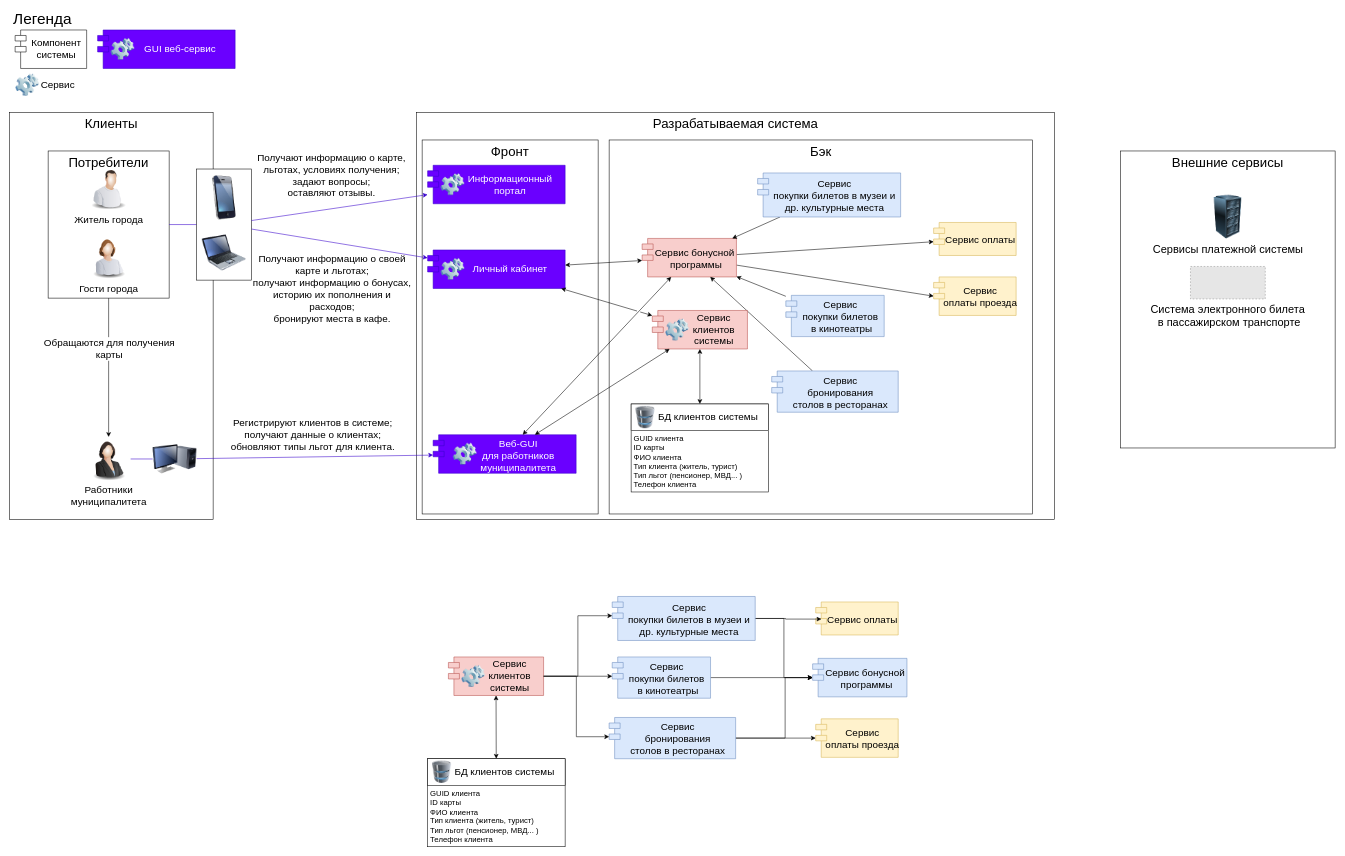
Above: src/Архитектура системы.drawio in era-ants/diagrams (draw.io), before the change. Source tidied: cells renumbered, new cells numbered last; positions are measured from the earlier drawing's top-left corner, leaving out a move shared by most shapes. Both pictures are drawn from the tidied source at 55%, with x=0, y=0 at pixel (9, 13). Pictures stored in the file or linked from it are replaced by grey dashed boxes.
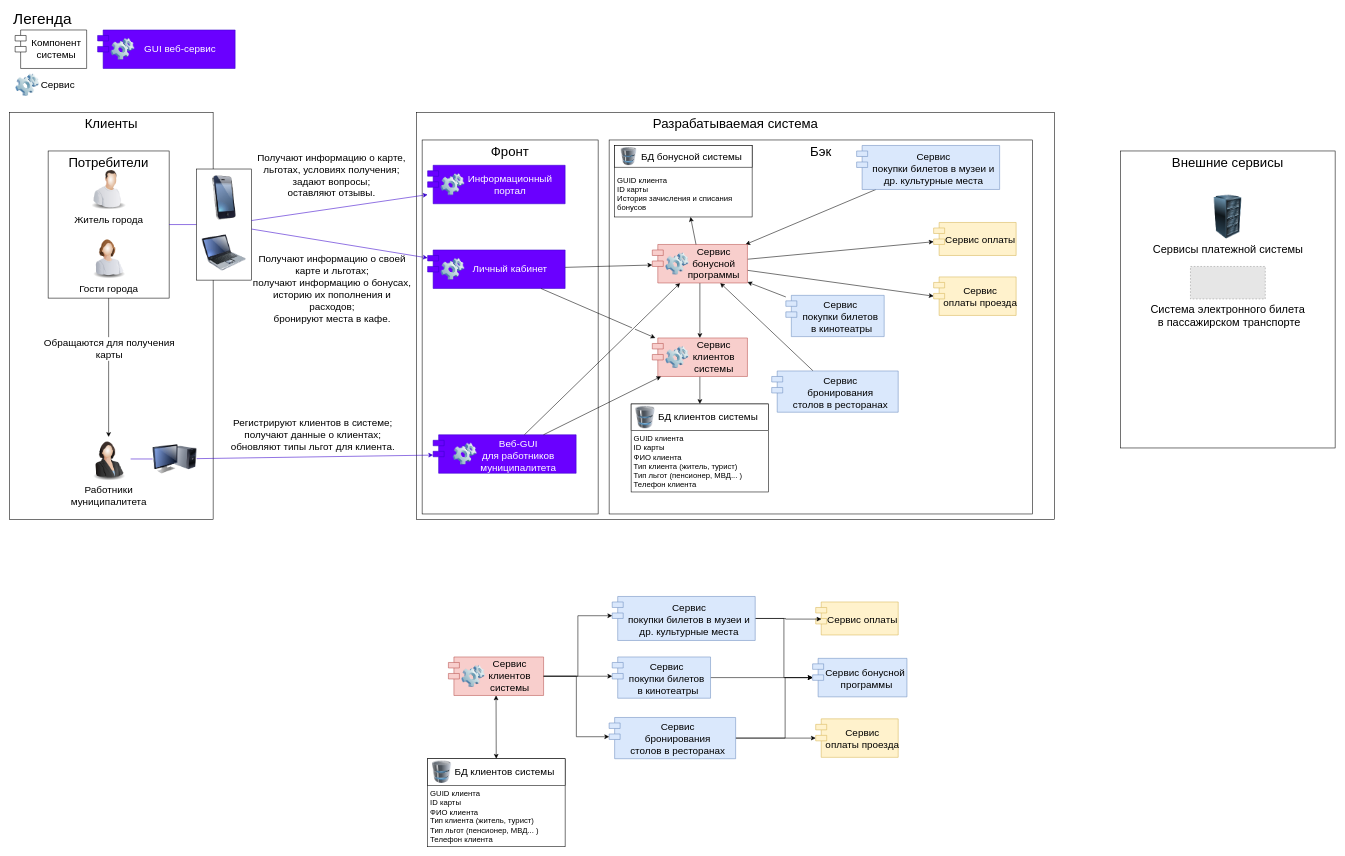
The same page after the edit.

Unchanged cells that the change refers to:
```xml
<mxCell id="21" value="&lt;div style=&quot;font-size: 14px&quot;&gt;GUID клиента&lt;br&gt;ID карты&lt;br&gt;&lt;/div&gt;&lt;div style=&quot;font-size: 14px&quot;&gt;ФИО клиента&lt;/div&gt;&lt;div style=&quot;font-size: 14px&quot;&gt;Тип клиента (житель, турист)&lt;/div&gt;&lt;div style=&quot;font-size: 14px&quot;&gt;Тип льгот (пенсионер, МВД... )&lt;/div&gt;&lt;div style=&quot;font-size: 14px&quot;&gt;Телефон клиента&lt;/div&gt;" style="rounded=0;whiteSpace=wrap;html=1;verticalAlign=top;align=left;spacing=5;fontSize=14;spacingTop=45;" parent="20" vertex="1">
  <mxGeometry width="250" height="160" as="geometry" />
</mxCell>
<mxCell id="42" value="Личный кабинет" style="shape=module;align=left;spacingLeft=50;align=center;verticalAlign=middle;fillColor=#6a00ff;strokeColor=#3700CC;fontSize=18;whiteSpace=wrap;fontColor=#ffffff;" parent="41" vertex="1">
  <mxGeometry width="250" height="70" as="geometry" />
</mxCell>
<mxCell id="50" value="Веб-GUI&#10;для работников муниципалитета&#10;" style="shape=module;align=left;spacingLeft=50;align=center;verticalAlign=top;fillColor=#6a00ff;strokeColor=#3700CC;fontSize=18;whiteSpace=wrap;fontColor=#ffffff;" parent="49" vertex="1">
  <mxGeometry width="260" height="70" as="geometry" />
</mxCell>
<mxCell id="56" value="Сервис клиентов&#10;системы" style="shape=module;align=left;spacingLeft=50;align=center;verticalAlign=middle;fillColor=#f8cecc;strokeColor=#b85450;fontSize=18;whiteSpace=wrap;" parent="55" vertex="1">
  <mxGeometry width="173" height="70" as="geometry" />
</mxCell>
```

Change to the diagram source:
```diff
@@
-    <mxCell id="10" value="Сервис бонусной&#10; программы" style="shape=module;align=left;spacingLeft=20;align=center;verticalAlign=middle;fillColor=#f8cecc;strokeColor=#b85450;fontSize=18;" parent="1" vertex="1">
-      <mxGeometry x="1150" y="409" width="171.5" height="70" as="geometry" />
-    </mxCell>
+    <mxCell id="90" style="edgeStyle=none;rounded=0;jettySize=auto;html=1;startArrow=none;startFill=0;" parent="1" edge="1" source="10" target="56">
+      <mxGeometry relative="1" as="geometry" />
+    </mxCell>
@@
     <mxCell id="18" value="Сервис &#10;покупки билетов в музеи и &#10;др. культурные места" style="shape=module;align=left;spacingLeft=20;align=center;verticalAlign=middle;fillColor=#dae8fc;strokeColor=#6c8ebf;fontSize=18;" parent="1" vertex="1">
-      <mxGeometry x="1360" y="290" width="260" height="80" as="geometry" />
+      <mxGeometry x="1540" y="240" width="260" height="80" as="geometry" />
     </mxCell>
@@
-    <mxCell id="24" style="edgeStyle=none;rounded=0;jettySize=auto;html=1;fontSize=14;startArrow=classic;startFill=1;" parent="1" edge="1" source="56" target="21">
+    <mxCell id="24" style="edgeStyle=none;rounded=0;jettySize=auto;html=1;fontSize=14;startArrow=none;startFill=0;" parent="1" edge="1" source="56" target="21">
       <mxGeometry relative="1" as="geometry" />
     </mxCell>
@@
     <mxCell id="55" style="group;" parent="1" vertex="1">
-      <mxGeometry x="1168.5" y="540" width="173" height="70" as="geometry" />
+      <mxGeometry x="1168.5" y="590" width="173" height="70" as="geometry" />
     </mxCell>
@@
-    <mxCell id="58" style="edgeStyle=none;rounded=0;jettySize=auto;html=1;fontSize=24;startArrow=classic;startFill=1;" parent="1" edge="1" source="50" target="56">
+    <mxCell id="58" style="edgeStyle=none;rounded=0;jettySize=auto;html=1;fontSize=24;startArrow=none;startFill=0;" parent="1" edge="1" source="50" target="56">
       <mxGeometry relative="1" as="geometry" />
     </mxCell>
-    <mxCell id="59" style="edgeStyle=none;rounded=0;jettySize=auto;html=1;fontSize=24;startArrow=classic;startFill=1;" parent="1" edge="1" source="50" target="10">
+    <mxCell id="59" style="edgeStyle=none;rounded=0;jettySize=auto;html=1;fontSize=24;startArrow=none;startFill=0;jumpStyle=gap;" parent="1" edge="1" source="50" target="10">
       <mxGeometry relative="1" as="geometry" />
     </mxCell>
-    <mxCell id="60" style="edgeStyle=none;rounded=0;jettySize=auto;html=1;labelBackgroundColor=none;fontSize=24;startArrow=classic;startFill=1;endArrow=classic;endFill=1;jumpStyle=gap;" parent="1" edge="1" source="56" target="42">
-      <mxGeometry relative="1" as="geometry" />
-    </mxCell>
-    <mxCell id="61" style="edgeStyle=none;rounded=0;jettySize=auto;html=1;labelBackgroundColor=none;fontSize=24;startArrow=classic;startFill=1;endArrow=classic;endFill=1;" parent="1" edge="1" source="10" target="42">
-      <mxGeometry relative="1" as="geometry" />
-    </mxCell>
@@
+    <mxCell id="91" style="rounded=0;jettySize=auto;html=1;startArrow=none;startFill=0;" parent="1" edge="1" source="42" target="10">
+      <mxGeometry relative="1" as="geometry" />
+    </mxCell>
+    <mxCell id="92" style="edgeStyle=none;rounded=0;jettySize=auto;html=1;startArrow=none;startFill=0;jumpStyle=gap;" parent="1" edge="1" source="42" target="56">
+      <mxGeometry relative="1" as="geometry" />
+    </mxCell>
+    <mxCell id="93" style="group;" parent="1" vertex="1">
+      <mxGeometry x="1168.5" y="420" width="173" height="70" as="geometry" />
+    </mxCell>
+    <mxCell id="10" value="Сервис бонусной программы" style="shape=module;align=left;spacingLeft=50;align=center;verticalAlign=middle;fillColor=#f8cecc;strokeColor=#b85450;fontSize=18;whiteSpace=wrap;" parent="93" vertex="1">
+      <mxGeometry width="173" height="70" as="geometry" />
+    </mxCell>
+    <mxCell id="94" style="image;html=1;image=img/lib/clip_art/computers/Software_128x128.png;sketch=0;fontSize=18;align=left;labelPosition=right;verticalLabelPosition=middle;verticalAlign=middle;labelBackgroundColor=none;" parent="93" vertex="1">
+      <mxGeometry x="23" y="15" width="45" height="40" as="geometry" />
+    </mxCell>
+    <mxCell id="95" style="group;" parent="1" vertex="1">
+      <mxGeometry x="1100" y="240" width="250" height="130" as="geometry" />
+    </mxCell>
+    <mxCell id="96" value="&lt;div style=&quot;font-size: 14px&quot;&gt;GUID клиента&lt;br&gt;ID карты&lt;br&gt;История зачисления и списания бонусов&lt;br&gt;&lt;/div&gt;" style="rounded=0;whiteSpace=wrap;html=1;verticalAlign=top;align=left;spacing=5;fontSize=14;spacingTop=45;" parent="95" vertex="1">
+      <mxGeometry width="250" height="130" as="geometry" />
+    </mxCell>
+    <mxCell id="97" value="БД бонусной системы" style="rounded=0;whiteSpace=wrap;html=1;fontSize=18;align=center;spacingLeft=30;" parent="95" vertex="1">
+      <mxGeometry width="250" height="39.5" as="geometry" />
+    </mxCell>
+    <mxCell id="98" style="image;html=1;image=img/lib/clip_art/computers/Database_128x128.png;fontSize=24;sketch=0;" parent="95" vertex="1">
+      <mxGeometry x="7.4" y="3.3" width="36.8" height="32.9" as="geometry" />
+    </mxCell>
+    <mxCell id="99" style="edgeStyle=none;rounded=0;jumpStyle=gap;jettySize=auto;html=1;startArrow=none;startFill=0;" parent="1" edge="1" source="10" target="96">
+      <mxGeometry relative="1" as="geometry" />
+    </mxCell>
```
